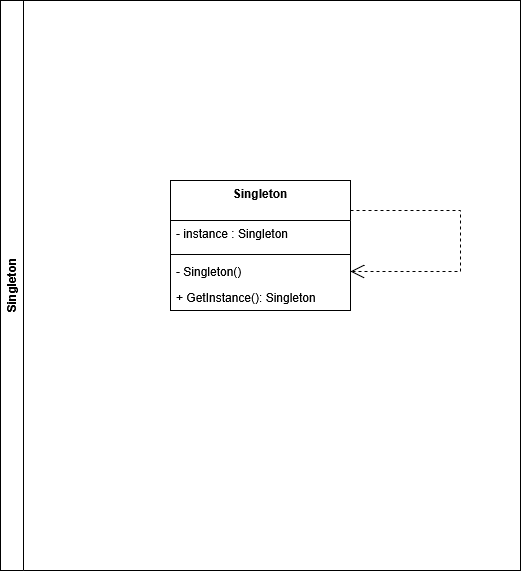
devgalop/design-patterns-csharp keeps this draw.io diagram as creationals/resources/singleton_components.drawio.png. Above is the earlier version. Source tidied: cells renumbered, new cells last; positions are measured from the earlier drawing's top-left corner, leaving out a move shared by most shapes. Source of this version:
```xml
<mxGraphModel>
  <root>
    <mxCell id="0" />
    <mxCell id="1" parent="0" />
    <mxCell id="2" value="Singleton" style="swimlane;horizontal=0;whiteSpace=wrap;html=1;" parent="1" vertex="1">
      <mxGeometry width="520" height="570" as="geometry" />
    </mxCell>
    <mxCell id="3" value="Singleton" style="swimlane;fontStyle=1;align=center;verticalAlign=top;horizontal=1;startSize=40;whiteSpace=wrap;html=1;" parent="2" vertex="1">
      <mxGeometry x="170" y="180" width="180" height="130" as="geometry" />
    </mxCell>
    <mxCell id="4" value="- instance : Singleton" style="text;strokeColor=none;fillColor=none;align=left;verticalAlign=top;spacingLeft=4;spacingRight=4;overflow=hidden;whiteSpace=wrap;html=1;" parent="3" vertex="1">
      <mxGeometry y="40" width="180" height="30" as="geometry" />
    </mxCell>
    <mxCell id="5" style="line;strokeWidth=1;fillColor=none;align=left;verticalAlign=middle;spacingTop=-1;spacingLeft=3;spacingRight=3;labelPosition=right;strokeColor=inherit;" parent="3" vertex="1">
      <mxGeometry y="70" width="180" height="8" as="geometry" />
    </mxCell>
    <mxCell id="6" value="- Singleton()" style="text;strokeColor=none;fillColor=none;align=left;verticalAlign=top;spacingLeft=4;spacingRight=4;overflow=hidden;points=[[0,0.5],[1,0.5]];portConstraint=eastwest;whiteSpace=wrap;html=1;" parent="3" vertex="1">
      <mxGeometry y="78" width="180" height="26" as="geometry" />
    </mxCell>
    <mxCell id="7" value="+ GetInstance(): Singleton" style="text;strokeColor=none;fillColor=none;align=left;verticalAlign=top;spacingLeft=4;spacingRight=4;overflow=hidden;whiteSpace=wrap;html=1;" parent="3" vertex="1">
      <mxGeometry y="104" width="180" height="26" as="geometry" />
    </mxCell>
    <mxCell id="8" style="endArrow=open;endSize=12;dashed=1;html=1;rounded=0;entryX=1;entryY=0.5;entryDx=0;entryDy=0;" parent="3" edge="1" target="6">
      <mxGeometry relative="1" as="geometry">
        <mxPoint x="180" y="30" as="sourcePoint" />
        <Array as="points">
          <mxPoint x="290" y="30" />
          <mxPoint x="290" y="91" />
        </Array>
      </mxGeometry>
    </mxCell>
  </root>
</mxGraphModel>
```
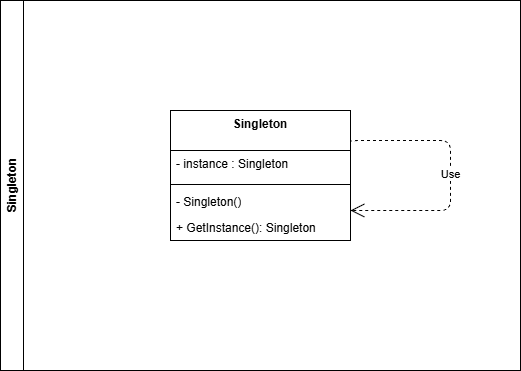
Above is the later version.

The edit, as a diff of the source:
```diff
@@ -1,12 +1,12 @@
-<mxGraphModel>
+<mxGraphModel background="#ffffff">
   <root>
     <mxCell id="0" />
     <mxCell id="1" parent="0" />
     <mxCell id="2" value="Singleton" style="swimlane;horizontal=0;whiteSpace=wrap;html=1;" parent="1" vertex="1">
-      <mxGeometry width="520" height="570" as="geometry" />
+      <mxGeometry width="520" height="370" as="geometry" />
     </mxCell>
     <mxCell id="3" value="Singleton" style="swimlane;fontStyle=1;align=center;verticalAlign=top;horizontal=1;startSize=40;whiteSpace=wrap;html=1;" parent="2" vertex="1">
-      <mxGeometry x="170" y="180" width="180" height="130" as="geometry" />
+      <mxGeometry x="170" y="110" width="180" height="130" as="geometry" />
     </mxCell>
     <mxCell id="4" value="- instance : Singleton" style="text;strokeColor=none;fillColor=none;align=left;verticalAlign=top;spacingLeft=4;spacingRight=4;overflow=hidden;whiteSpace=wrap;html=1;" parent="3" vertex="1">
       <mxGeometry y="40" width="180" height="30" as="geometry" />
@@ -20,14 +20,14 @@
     <mxCell id="7" value="+ GetInstance(): Singleton" style="text;strokeColor=none;fillColor=none;align=left;verticalAlign=top;spacingLeft=4;spacingRight=4;overflow=hidden;whiteSpace=wrap;html=1;" parent="3" vertex="1">
       <mxGeometry y="104" width="180" height="26" as="geometry" />
     </mxCell>
-    <mxCell id="8" style="endArrow=open;endSize=12;dashed=1;html=1;rounded=0;entryX=1;entryY=0.5;entryDx=0;entryDy=0;" parent="3" edge="1" target="6">
-      <mxGeometry relative="1" as="geometry">
-        <mxPoint x="180" y="30" as="sourcePoint" />
-        <Array as="points">
-          <mxPoint x="290" y="30" />
-          <mxPoint x="290" y="91" />
-        </Array>
-      </mxGeometry>
-    </mxCell>
+    <mxCell id="9" value="Use" style="endArrow=open;endSize=12;dashed=1;html=1;edgeStyle=orthogonalEdgeStyle;exitX=1;exitY=0.25;exitDx=0;exitDy=0;" parent="2" edge="1" source="3" target="3">
+      <mxGeometry relative="1" as="geometry">
+        <Array as="points">
+          <mxPoint x="350" y="140" />
+          <mxPoint x="450" y="140" />
+          <mxPoint x="450" y="210" />
+        </Array>
+      </mxGeometry>
+    </mxCell>
   </root>
 </mxGraphModel>
```
